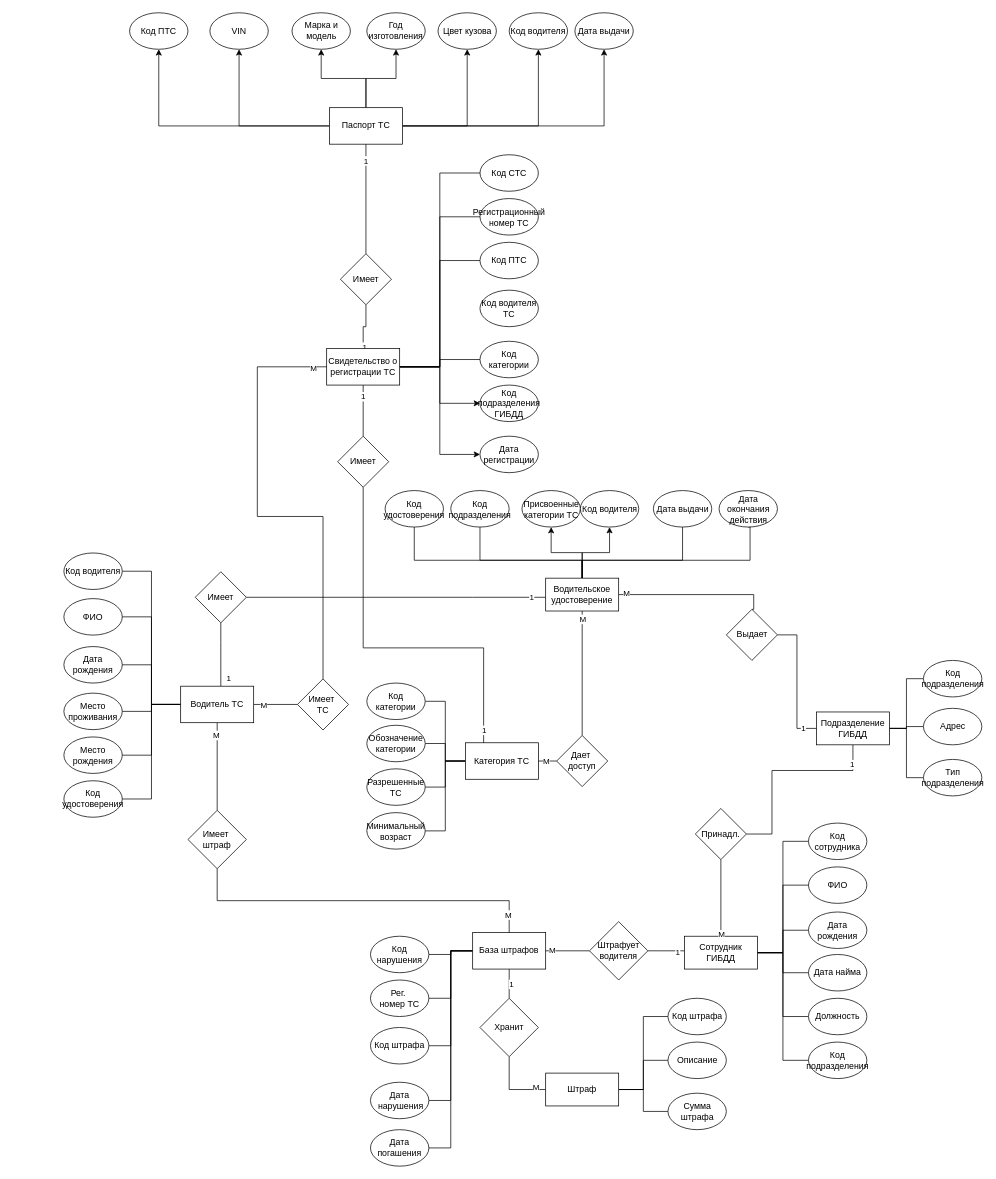
Before: RelateModel.drawio in duahifnv/TrafficInspectionApp, a draw.io diagram. Source tidied: cells renumbered, new cells numbered last; positions are measured from the earlier drawing's top-left corner, leaving out a move shared by most shapes. Both pictures are drawn from the tidied source at 73%, with x=0, y=0 at pixel (64, 12).
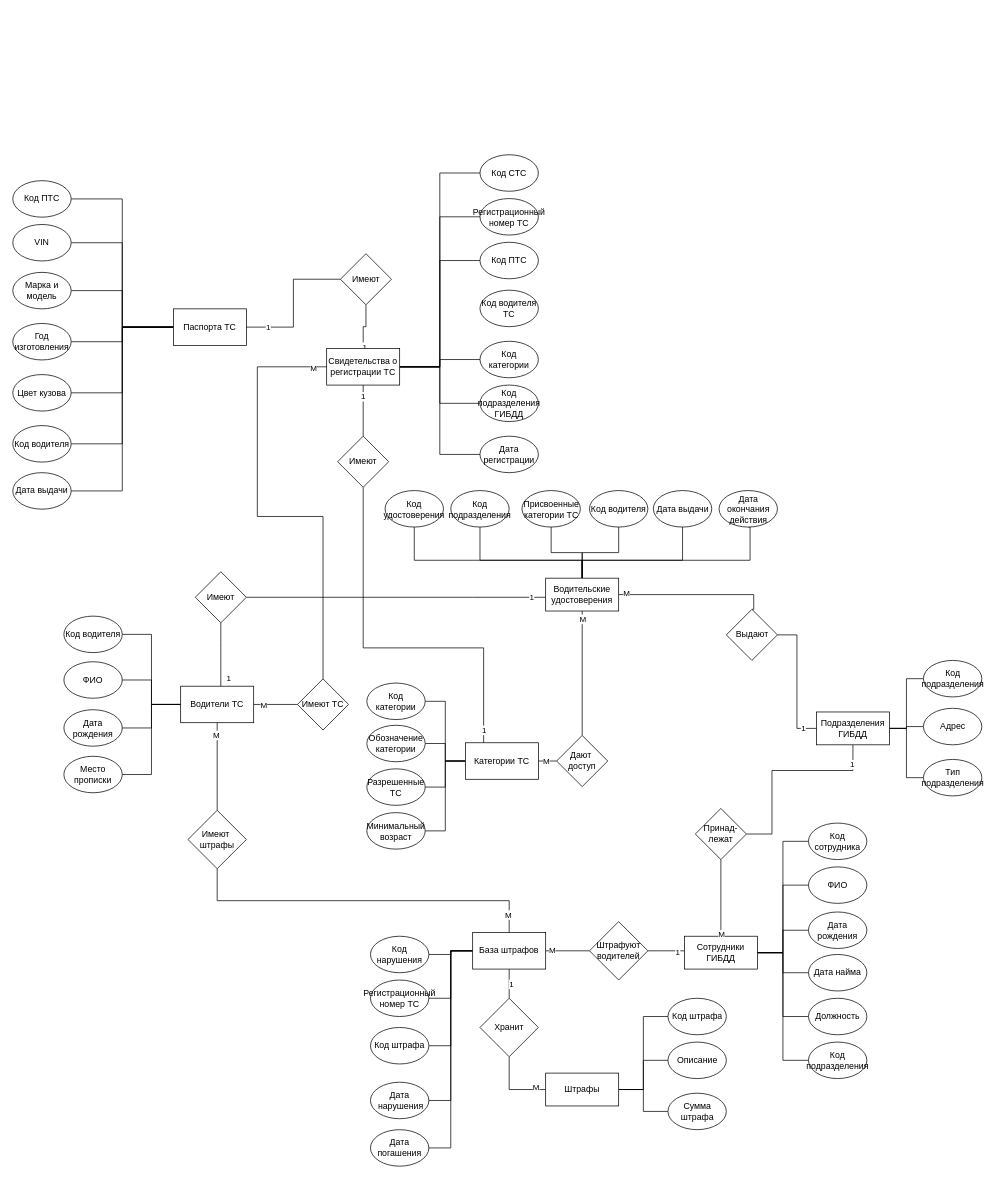
The same page after the edit.

Unchanged cells that the change refers to:
```xml
<mxCell id="146" value="Код подразделения ГИБДД" style="ellipse;whiteSpace=wrap;html=1;" parent="1" vertex="1">
  <mxGeometry x="570" y="510" width="80" height="50" as="geometry" />
</mxCell>
<mxCell id="147" value="Дата регистрации" style="ellipse;whiteSpace=wrap;html=1;" parent="1" vertex="1">
  <mxGeometry x="570" y="580" width="80" height="50" as="geometry" />
</mxCell>
<mxCell id="148" value="Присвоенные категории ТС" style="ellipse;whiteSpace=wrap;html=1;" parent="1" vertex="1">
  <mxGeometry x="627.5" y="654.5" width="80" height="50" as="geometry" />
</mxCell>
```

What changed in the source:
```diff
@@
-    <mxCell id="12" style="edgeStyle=orthogonalEdgeStyle;rounded=0;jettySize=auto;html=1;entryX=0.5;entryY=1;entryDx=0;entryDy=0;" parent="1" edge="1" source="14" target="75">
+    <mxCell id="12" style="edgeStyle=orthogonalEdgeStyle;rounded=0;jettySize=auto;html=1;entryX=0.5;entryY=1;entryDx=0;entryDy=0;endArrow=none;endFill=0;" parent="1" edge="1" source="14" target="75">
       <mxGeometry relative="1" as="geometry" />
     </mxCell>
-    <mxCell id="13" style="edgeStyle=orthogonalEdgeStyle;rounded=0;jettySize=auto;html=1;entryX=0.5;entryY=1;entryDx=0;entryDy=0;" parent="1" edge="1" source="14" target="148">
+    <mxCell id="13" style="edgeStyle=orthogonalEdgeStyle;rounded=0;jettySize=auto;html=1;entryX=0.5;entryY=1;entryDx=0;entryDy=0;endArrow=none;endFill=0;" parent="1" edge="1" source="14" target="148">
       <mxGeometry relative="1" as="geometry" />
     </mxCell>
-    <mxCell id="14" value="Водительское удостоверение" style="rounded=0;whiteSpace=wrap;html=1;" parent="1" vertex="1">
+    <mxCell id="14" value="Водительские удостоверения" style="rounded=0;whiteSpace=wrap;html=1;" parent="1" vertex="1">
       <mxGeometry x="660" y="774.5" width="100" height="45" as="geometry" />
     </mxCell>
     <mxCell id="15" value="ФИО" style="ellipse;whiteSpace=wrap;html=1;" parent="1" vertex="1">
-      <mxGeometry y="802.5" width="80" height="50" as="geometry" />
+      <mxGeometry y="889" width="80" height="50" as="geometry" />
     </mxCell>
     <mxCell id="16" value="Дата рождения" style="ellipse;whiteSpace=wrap;html=1;" parent="1" vertex="1">
-      <mxGeometry y="868.2" width="80" height="50" as="geometry" />
+      <mxGeometry y="954.7" width="80" height="50" as="geometry" />
     </mxCell>
@@
-    <mxCell id="18" value="Место проживания" style="ellipse;whiteSpace=wrap;html=1;" parent="1" vertex="1">
-      <mxGeometry y="932" width="80" height="50" as="geometry" />
+    <mxCell id="18" value="Место прописки" style="ellipse;whiteSpace=wrap;html=1;" parent="1" vertex="1">
+      <mxGeometry y="1018.5" width="80" height="50" as="geometry" />
     </mxCell>
-    <mxCell id="19" value="Место рождения" style="ellipse;whiteSpace=wrap;html=1;" parent="1" vertex="1">
-      <mxGeometry y="992" width="80" height="50" as="geometry" />
-    </mxCell>
@@
-    <mxCell id="27" style="edgeStyle=orthogonalEdgeStyle;rounded=0;jettySize=auto;html=1;entryX=1;entryY=0.5;entryDx=0;entryDy=0;endArrow=none;endFill=0;" parent="1" edge="1" source="33" target="19">
-      <mxGeometry relative="1" as="geometry" />
-    </mxCell>
-    <mxCell id="28" style="edgeStyle=orthogonalEdgeStyle;rounded=0;jettySize=auto;html=1;entryX=1;entryY=0.5;entryDx=0;entryDy=0;endArrow=none;endFill=0;" parent="1" edge="1" source="33" target="76">
-      <mxGeometry relative="1" as="geometry" />
-    </mxCell>
@@
-    <mxCell id="33" value="Водитель ТС" style="rounded=0;whiteSpace=wrap;html=1;" parent="1" vertex="1">
+    <mxCell id="33" value="Водители ТС" style="rounded=0;whiteSpace=wrap;html=1;" parent="1" vertex="1">
       <mxGeometry x="160" y="922.5" width="100" height="50" as="geometry" />
     </mxCell>
     <mxCell id="34" value="Код водителя" style="ellipse;whiteSpace=wrap;html=1;" parent="1" vertex="1">
-      <mxGeometry y="740" width="80" height="50" as="geometry" />
+      <mxGeometry y="826.5" width="80" height="50" as="geometry" />
     </mxCell>
-    <mxCell id="35" value="Имеет" style="rhombus;whiteSpace=wrap;html=1;" parent="1" vertex="1">
+    <mxCell id="35" value="Имеют" style="rhombus;whiteSpace=wrap;html=1;" parent="1" vertex="1">
       <mxGeometry x="180" y="765.7" width="70" height="70" as="geometry" />
     </mxCell>
@@
-    <mxCell id="42" value="Категория ТС" style="rounded=0;whiteSpace=wrap;html=1;" parent="1" vertex="1">
+    <mxCell id="42" value="Категории ТС" style="rounded=0;whiteSpace=wrap;html=1;" parent="1" vertex="1">
       <mxGeometry x="550" y="1000" width="100" height="50" as="geometry" />
     </mxCell>
@@
-    <mxCell id="51" value="Подразделение ГИБДД" style="rounded=0;whiteSpace=wrap;html=1;" parent="1" vertex="1">
+    <mxCell id="51" value="Подразделения ГИБДД" style="rounded=0;whiteSpace=wrap;html=1;" parent="1" vertex="1">
       <mxGeometry x="1030.9" y="957.8" width="100" height="45" as="geometry" />
     </mxCell>
@@
-    <mxCell id="54" value="Выдает" style="rhombus;whiteSpace=wrap;html=1;" parent="1" vertex="1">
+    <mxCell id="54" value="Выдают" style="rhombus;whiteSpace=wrap;html=1;" parent="1" vertex="1">
       <mxGeometry x="907.5" y="817.2" width="70" height="70" as="geometry" />
     </mxCell>
@@
-    <mxCell id="66" value="Сотрудник ГИБДД" style="rounded=0;whiteSpace=wrap;html=1;" parent="1" vertex="1">
+    <mxCell id="66" value="Сотрудники ГИБДД" style="rounded=0;whiteSpace=wrap;html=1;" parent="1" vertex="1">
       <mxGeometry x="850" y="1265" width="100" height="45" as="geometry" />
     </mxCell>
@@
-    <mxCell id="69" value="Принадл." style="rhombus;whiteSpace=wrap;html=1;" parent="1" vertex="1">
+    <mxCell id="69" value="Принад-лежат" style="rhombus;whiteSpace=wrap;html=1;" parent="1" vertex="1">
       <mxGeometry x="865" y="1090" width="70" height="70" as="geometry" />
     </mxCell>
@@
     <mxCell id="75" value="Код водителя" style="ellipse;whiteSpace=wrap;html=1;" parent="1" vertex="1">
-      <mxGeometry x="707.5" y="654.5" width="80" height="50" as="geometry" />
+      <mxGeometry x="720" y="654.5" width="80" height="50" as="geometry" />
     </mxCell>
-    <mxCell id="76" value="Код удостоверения" style="ellipse;whiteSpace=wrap;html=1;" parent="1" vertex="1">
-      <mxGeometry y="1052" width="80" height="50" as="geometry" />
-    </mxCell>
@@
-    <mxCell id="86" value="Рег.&amp;nbsp;&lt;div&gt;номер ТС&lt;/div&gt;" style="ellipse;whiteSpace=wrap;html=1;" parent="1" vertex="1">
+    <mxCell id="86" value="Регистрационный&lt;div&gt;номер ТС&lt;/div&gt;" style="ellipse;whiteSpace=wrap;html=1;" parent="1" vertex="1">
       <mxGeometry x="420" y="1325" width="80" height="50" as="geometry" />
     </mxCell>
@@
-    <mxCell id="93" value="Штраф" style="rounded=0;whiteSpace=wrap;html=1;" parent="1" vertex="1">
+    <mxCell id="93" value="Штрафы" style="rounded=0;whiteSpace=wrap;html=1;" parent="1" vertex="1">
       <mxGeometry x="660" y="1452.5" width="100" height="45" as="geometry" />
     </mxCell>
@@
-    <mxCell id="99" value="Имеет&amp;nbsp;&lt;div&gt;штраф&lt;/div&gt;" style="rhombus;whiteSpace=wrap;html=1;" parent="1" vertex="1">
+    <mxCell id="99" value="Имеют&amp;nbsp;&lt;div&gt;штрафы&lt;/div&gt;" style="rhombus;whiteSpace=wrap;html=1;" parent="1" vertex="1">
       <mxGeometry x="170" y="1092.5" width="80" height="80" as="geometry" />
     </mxCell>
@@
-    <mxCell id="102" value="Штрафует водителя" style="rhombus;whiteSpace=wrap;html=1;" parent="1" vertex="1">
+    <mxCell id="102" value="Штрафуют водителей" style="rhombus;whiteSpace=wrap;html=1;" parent="1" vertex="1">
       <mxGeometry x="720" y="1245" width="80" height="80" as="geometry" />
     </mxCell>
@@
-    <mxCell id="104" style="edgeStyle=orthogonalEdgeStyle;rounded=0;jettySize=auto;html=1;entryX=0.5;entryY=1;entryDx=0;entryDy=0;" parent="1" edge="1" source="111" target="135">
+    <mxCell id="104" style="edgeStyle=orthogonalEdgeStyle;rounded=0;jettySize=auto;html=1;entryX=1;entryY=0.5;entryDx=0;entryDy=0;endArrow=none;endFill=0;" parent="1" edge="1" source="111" target="135">
       <mxGeometry relative="1" as="geometry" />
     </mxCell>
-    <mxCell id="105" style="edgeStyle=orthogonalEdgeStyle;rounded=0;jettySize=auto;html=1;entryX=0.5;entryY=1;entryDx=0;entryDy=0;" parent="1" edge="1" source="111" target="136">
+    <mxCell id="105" style="edgeStyle=orthogonalEdgeStyle;rounded=0;jettySize=auto;html=1;entryX=1;entryY=0.5;entryDx=0;entryDy=0;endArrow=none;endFill=0;" parent="1" edge="1" source="111" target="136">
       <mxGeometry relative="1" as="geometry" />
     </mxCell>
-    <mxCell id="106" style="edgeStyle=orthogonalEdgeStyle;rounded=0;jettySize=auto;html=1;" parent="1" edge="1" source="111" target="137">
+    <mxCell id="106" style="edgeStyle=orthogonalEdgeStyle;rounded=0;jettySize=auto;html=1;entryX=1;entryY=0.5;entryDx=0;entryDy=0;endArrow=none;endFill=0;" parent="1" edge="1" source="111" target="137">
       <mxGeometry relative="1" as="geometry" />
     </mxCell>
-    <mxCell id="107" style="edgeStyle=orthogonalEdgeStyle;rounded=0;jettySize=auto;html=1;entryX=0.5;entryY=1;entryDx=0;entryDy=0;" parent="1" edge="1" source="111" target="138">
+    <mxCell id="107" style="edgeStyle=orthogonalEdgeStyle;rounded=0;jettySize=auto;html=1;entryX=1;entryY=0.5;entryDx=0;entryDy=0;endArrow=none;endFill=0;" parent="1" edge="1" source="111" target="138">
       <mxGeometry relative="1" as="geometry" />
     </mxCell>
-    <mxCell id="108" style="edgeStyle=orthogonalEdgeStyle;rounded=0;jettySize=auto;html=1;entryX=0.5;entryY=1;entryDx=0;entryDy=0;" parent="1" edge="1" source="111" target="139">
+    <mxCell id="108" style="edgeStyle=orthogonalEdgeStyle;rounded=0;jettySize=auto;html=1;entryX=1;entryY=0.5;entryDx=0;entryDy=0;endArrow=none;endFill=0;" parent="1" edge="1" source="111" target="139">
       <mxGeometry relative="1" as="geometry" />
     </mxCell>
-    <mxCell id="109" style="edgeStyle=orthogonalEdgeStyle;rounded=0;jettySize=auto;html=1;entryX=0.5;entryY=1;entryDx=0;entryDy=0;" parent="1" edge="1" source="111" target="144">
+    <mxCell id="109" style="edgeStyle=orthogonalEdgeStyle;rounded=0;jettySize=auto;html=1;entryX=1;entryY=0.5;entryDx=0;entryDy=0;endArrow=none;endFill=0;" parent="1" edge="1" source="111" target="144">
       <mxGeometry relative="1" as="geometry" />
     </mxCell>
-    <mxCell id="110" style="edgeStyle=orthogonalEdgeStyle;rounded=0;jettySize=auto;html=1;entryX=0.5;entryY=1;entryDx=0;entryDy=0;" parent="1" edge="1" source="111" target="143">
+    <mxCell id="110" style="edgeStyle=orthogonalEdgeStyle;rounded=0;jettySize=auto;html=1;entryX=1;entryY=0.5;entryDx=0;entryDy=0;endArrow=none;endFill=0;" parent="1" edge="1" source="111" target="143">
       <mxGeometry relative="1" as="geometry" />
     </mxCell>
-    <mxCell id="111" value="Паспорт ТС" style="rounded=0;whiteSpace=wrap;html=1;" parent="1" vertex="1">
-      <mxGeometry x="363.8" y="130" width="100" height="50" as="geometry" />
+    <mxCell id="111" value="Паспорта ТС" style="rounded=0;whiteSpace=wrap;html=1;" parent="1" vertex="1">
+      <mxGeometry x="150" y="405.6" width="100" height="50" as="geometry" />
     </mxCell>
@@
-    <mxCell id="120" style="edgeStyle=orthogonalEdgeStyle;rounded=0;jettySize=auto;html=1;entryX=0;entryY=0.5;entryDx=0;entryDy=0;" parent="1" edge="1" source="122" target="146">
+    <mxCell id="120" style="edgeStyle=orthogonalEdgeStyle;rounded=0;jettySize=auto;html=1;entryX=0;entryY=0.5;entryDx=0;entryDy=0;endArrow=none;endFill=0;" parent="1" edge="1" source="122" target="146">
       <mxGeometry relative="1" as="geometry" />
     </mxCell>
-    <mxCell id="121" style="edgeStyle=orthogonalEdgeStyle;rounded=0;jettySize=auto;html=1;entryX=0;entryY=0.5;entryDx=0;entryDy=0;" parent="1" edge="1" source="122" target="147">
+    <mxCell id="121" style="edgeStyle=orthogonalEdgeStyle;rounded=0;jettySize=auto;html=1;entryX=0;entryY=0.5;entryDx=0;entryDy=0;endArrow=none;endFill=0;" parent="1" edge="1" source="122" target="147">
       <mxGeometry relative="1" as="geometry" />
     </mxCell>
-    <mxCell id="122" value="Свидетельство о регистрации ТС" style="rounded=0;whiteSpace=wrap;html=1;" parent="1" vertex="1">
+    <mxCell id="122" value="Свидетельства о регистрации ТС" style="rounded=0;whiteSpace=wrap;html=1;" parent="1" vertex="1">
       <mxGeometry x="360" y="460" width="100" height="50" as="geometry" />
     </mxCell>
@@
-    <mxCell id="125" value="Имеет&amp;nbsp;&lt;div&gt;ТС&lt;/div&gt;" style="rhombus;whiteSpace=wrap;html=1;" parent="1" vertex="1">
+    <mxCell id="125" value="Имеют&amp;nbsp;&lt;span style=&quot;background-color: initial;&quot;&gt;ТС&lt;/span&gt;" style="rhombus;whiteSpace=wrap;html=1;" parent="1" vertex="1">
       <mxGeometry x="320" y="912.5" width="70" height="70" as="geometry" />
     </mxCell>
@@
-    <mxCell id="128" value="Имеет" style="rhombus;whiteSpace=wrap;html=1;direction=south;" parent="1" vertex="1">
+    <mxCell id="128" value="Имеют" style="rhombus;whiteSpace=wrap;html=1;direction=south;" parent="1" vertex="1">
       <mxGeometry x="375" y="580" width="70" height="70" as="geometry" />
     </mxCell>
-    <mxCell id="129" style="edgeStyle=orthogonalEdgeStyle;rounded=0;jettySize=auto;html=1;entryX=0.5;entryY=1;entryDx=0;entryDy=0;endArrow=none;endFill=0;" parent="1" edge="1" source="131" target="111">
+    <mxCell id="129" style="edgeStyle=orthogonalEdgeStyle;rounded=0;jettySize=auto;html=1;entryX=1;entryY=0.5;entryDx=0;entryDy=0;endArrow=none;endFill=0;" parent="1" edge="1" source="131" target="111">
       <mxGeometry relative="1" as="geometry" />
     </mxCell>
@@
-    <mxCell id="131" value="Имеет" style="rhombus;whiteSpace=wrap;html=1;" parent="1" vertex="1">
+    <mxCell id="131" value="Имеют" style="rhombus;whiteSpace=wrap;html=1;" parent="1" vertex="1">
       <mxGeometry x="378.8" y="330" width="70" height="70" as="geometry" />
     </mxCell>
@@
     <mxCell id="135" value="Код ПТС" style="ellipse;whiteSpace=wrap;html=1;" parent="1" vertex="1">
-      <mxGeometry x="90" width="80" height="50" as="geometry" />
+      <mxGeometry x="-70" y="230" width="80" height="50" as="geometry" />
     </mxCell>
     <mxCell id="136" value="VIN" style="ellipse;whiteSpace=wrap;html=1;" parent="1" vertex="1">
-      <mxGeometry x="200" width="80" height="50" as="geometry" />
+      <mxGeometry x="-70" y="290" width="80" height="50" as="geometry" />
     </mxCell>
     <mxCell id="137" value="Марка и модель" style="ellipse;whiteSpace=wrap;html=1;" parent="1" vertex="1">
-      <mxGeometry x="312.5" width="80" height="50" as="geometry" />
+      <mxGeometry x="-70" y="355.6" width="80" height="50" as="geometry" />
     </mxCell>
     <mxCell id="138" value="Год изготовления" style="ellipse;whiteSpace=wrap;html=1;" parent="1" vertex="1">
-      <mxGeometry x="415" width="80" height="50" as="geometry" />
+      <mxGeometry x="-70" y="425.6" width="80" height="50" as="geometry" />
     </mxCell>
     <mxCell id="139" value="Цвет кузова" style="ellipse;whiteSpace=wrap;html=1;" parent="1" vertex="1">
-      <mxGeometry x="512.5" width="80" height="50" as="geometry" />
+      <mxGeometry x="-70" y="495.6" width="80" height="50" as="geometry" />
     </mxCell>
@@
     <mxCell id="143" value="Дата выдачи" style="ellipse;whiteSpace=wrap;html=1;" parent="1" vertex="1">
-      <mxGeometry x="700" width="80" height="50" as="geometry" />
+      <mxGeometry x="-70" y="630" width="80" height="50" as="geometry" />
     </mxCell>
     <mxCell id="144" value="Код водителя" style="ellipse;whiteSpace=wrap;html=1;" parent="1" vertex="1">
-      <mxGeometry x="610" width="80" height="50" as="geometry" />
+      <mxGeometry x="-70" y="565.5" width="80" height="50" as="geometry" />
     </mxCell>
@@
-    <mxCell id="151" value="Дает&amp;nbsp;&lt;div&gt;доступ&lt;/div&gt;" style="rhombus;whiteSpace=wrap;html=1;" parent="1" vertex="1">
+    <mxCell id="151" value="Дают&amp;nbsp;&lt;div&gt;доступ&lt;/div&gt;" style="rhombus;whiteSpace=wrap;html=1;" parent="1" vertex="1">
       <mxGeometry x="675" y="990" width="70" height="70" as="geometry" />
     </mxCell>
```
